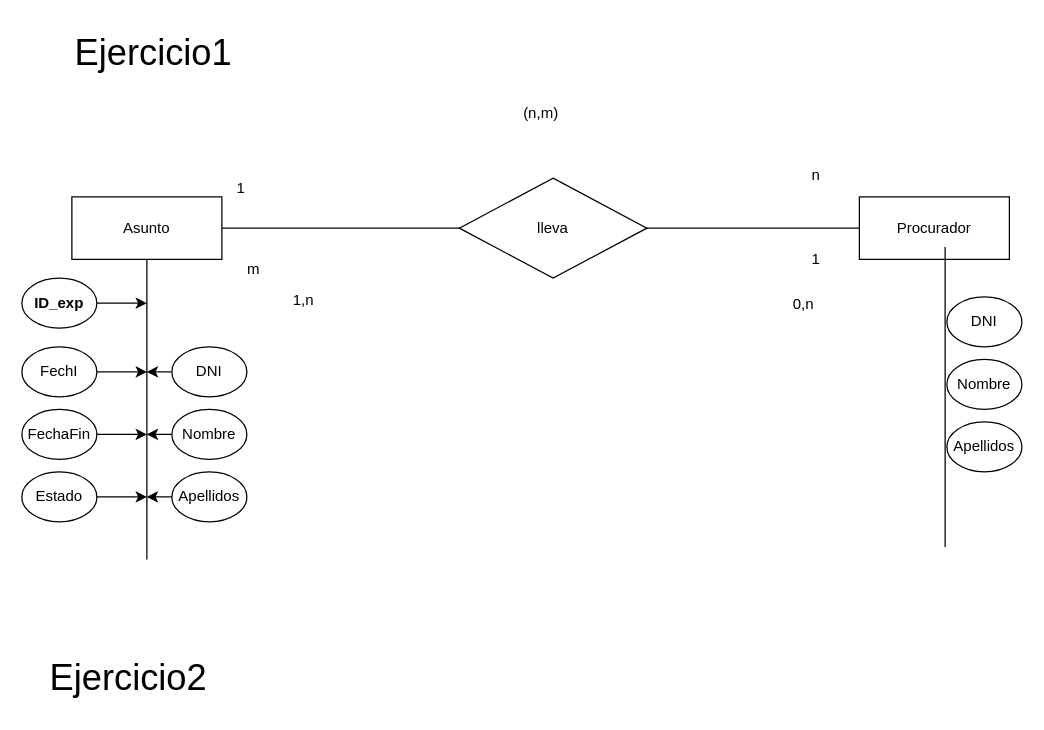
The draw.io diagram Untitled Diagram.drawio in victorsanchezr/abril23diagrama, before the edit. Source tidied: cells renumbered, new cells numbered last; positions are measured from the earlier drawing's top-left corner, leaving out a move shared by most shapes. Both pictures are drawn from the tidied source at 125%, with x=0, y=0 at pixel (21, 21).
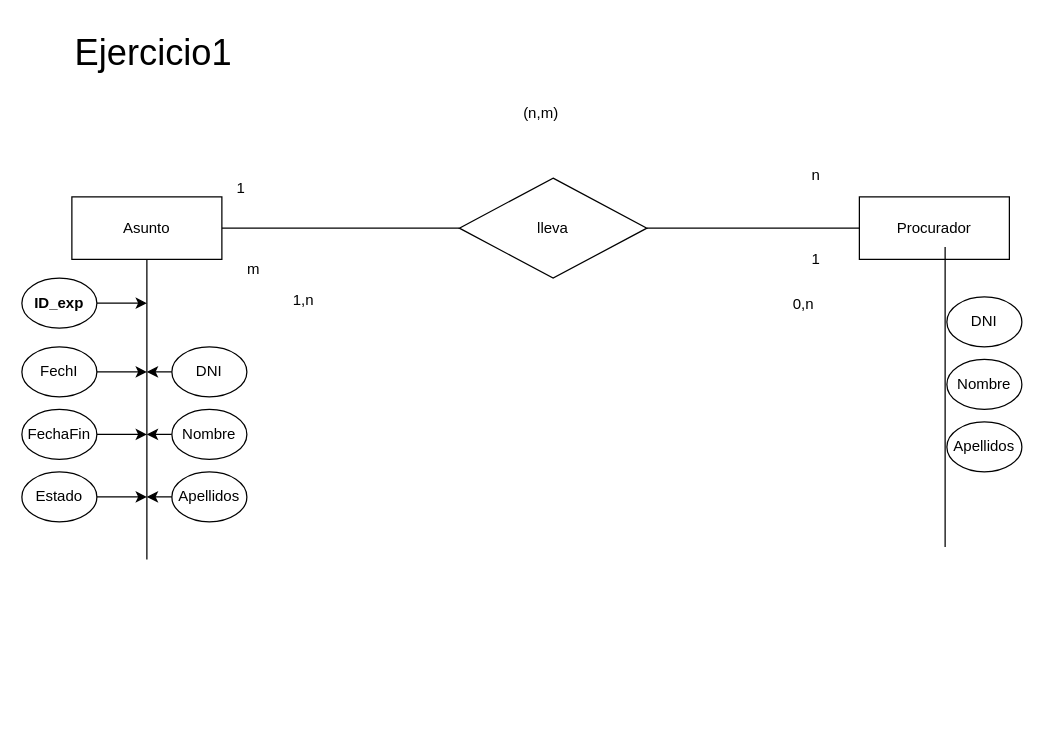
After the change.

The edit, as a diff of the source:
```diff
@@
-    <mxCell id="34" value="&lt;font style=&quot;font-size: 29px;&quot;&gt;Ejercicio2&lt;/font&gt;" style="text;html=1;align=center;verticalAlign=middle;strokeColor=none;fillColor=none;" parent="1" vertex="1">
-      <mxGeometry x="10" y="500" width="150" height="50" as="geometry" />
-    </mxCell>
```
